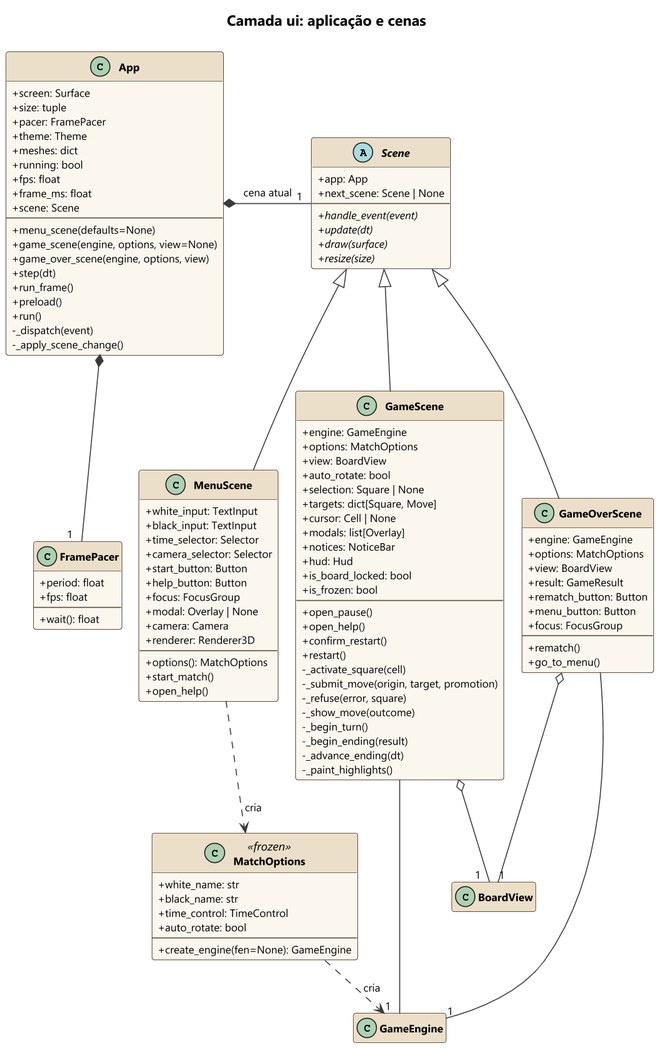
Before: docs/uml/img/classes_ui_cenas.png, a diagram exported from PlantUML (Kauhan33/chess-the-game). Its source is kept beside it as docs/uml/classes_ui_cenas.puml. Its diagram source:
```plantuml
@startuml classes_ui_cenas
!pragma layout smetana
!include _estilo.iuml
title Camada ui: aplicação e cenas
hide empty members

class App {
  +screen: Surface
  +size: tuple
  +pacer: FramePacer
  +theme: Theme
  +meshes: dict
  +running: bool
  +fps: float
  +frame_ms: float
  +scene: Scene
  --
  +menu_scene(defaults=None)
  +game_scene(engine, options, view=None)
  +game_over_scene(engine, options, view)
  +step(dt)
  +run_frame()
  +preload()
  +run()
  -_dispatch(event)
  -_apply_scene_change()
}

class FramePacer {
  +period: float
  +fps: float
  --
  +wait(): float
}

abstract class Scene {
  +app: App
  +next_scene: Scene | None
  --
  {abstract} +handle_event(event)
  {abstract} +update(dt)
  {abstract} +draw(surface)
  {abstract} +resize(size)
}

class MenuScene {
  +white_input: TextInput
  +black_input: TextInput
  +time_selector: Selector
  +camera_selector: Selector
  +start_button: Button
  +help_button: Button
  +focus: FocusGroup
  +modal: Overlay | None
  +camera: Camera
  +renderer: Renderer3D
  --
  +options(): MatchOptions
  +start_match()
  +open_help()
}

class GameScene {
  +engine: GameEngine
  +options: MatchOptions
  +view: BoardView
  +auto_rotate: bool
  +selection: Square | None
  +targets: dict[Square, Move]
  +cursor: Cell | None
  +modals: list[Overlay]
  +notices: NoticeBar
  +hud: Hud
  +is_board_locked: bool
  +is_frozen: bool
  --
  +open_pause()
  +open_help()
  +confirm_restart()
  +restart()
  -_activate_square(cell)
  -_submit_move(origin, target, promotion)
  -_refuse(error, square)
  -_show_move(outcome)
  -_begin_turn()
  -_begin_ending(result)
  -_advance_ending(dt)
  -_paint_highlights()
}

class GameOverScene {
  +engine: GameEngine
  +options: MatchOptions
  +view: BoardView
  +result: GameResult
  +rematch_button: Button
  +menu_button: Button
  +focus: FocusGroup
  --
  +rematch()
  +go_to_menu()
}

class MatchOptions <<frozen>> {
  +white_name: str
  +black_name: str
  +time_control: TimeControl
  +auto_rotate: bool
  --
  +create_engine(fen=None): GameEngine
}

class GameEngine
class BoardView

App *-right- "1$p" Scene : cena atual
App *-- "1$p" FramePacer
Scene <|-- MenuScene
Scene <|-- GameScene
Scene <|-- GameOverScene
GameScene o-- "1$p" BoardView
GameOverScene o-- "1$p" BoardView
GameScene -- "1$p" GameEngine
GameOverScene -- "1$p" GameEngine
MenuScene ..> MatchOptions : cria
MatchOptions ..> GameEngine : cria
@enduml
```
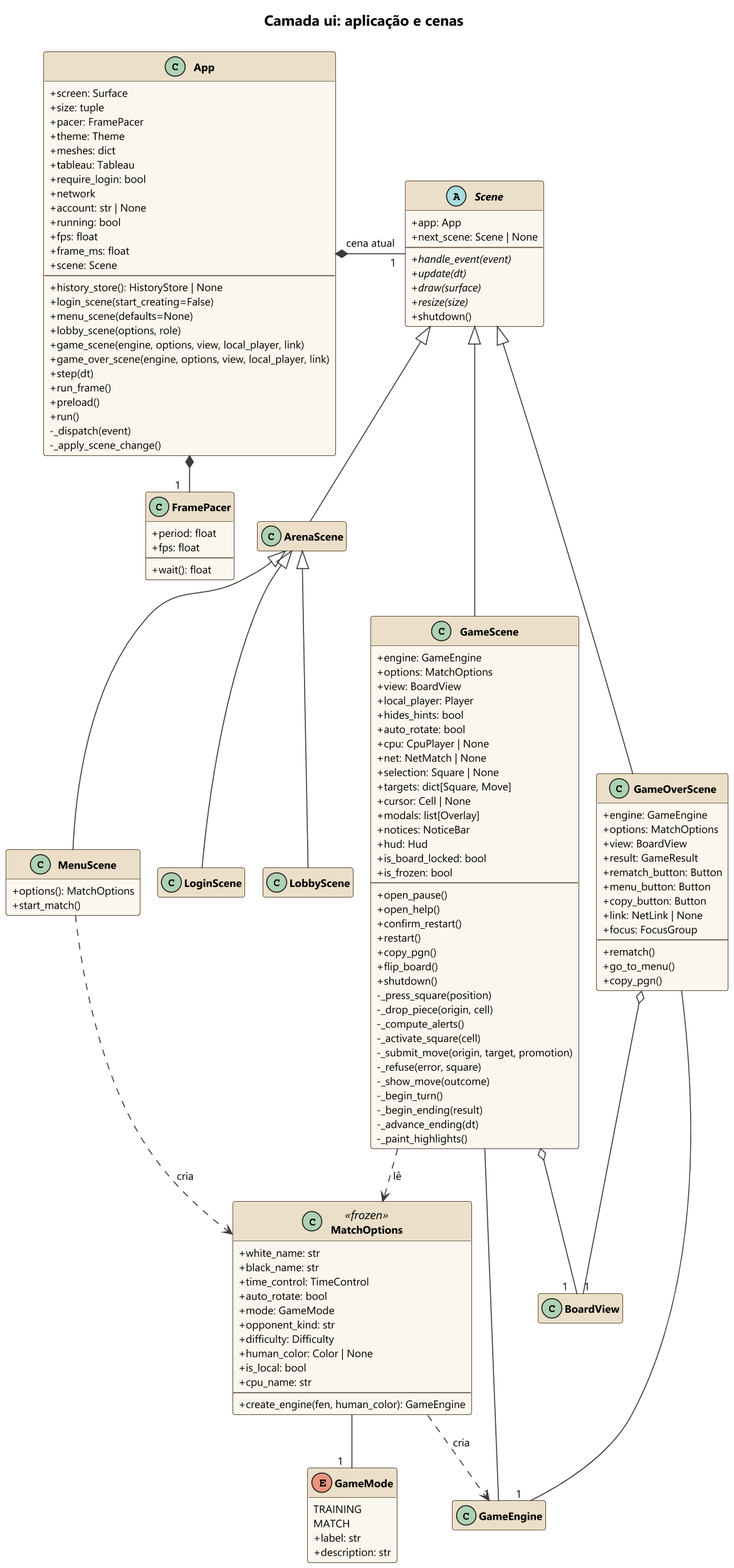
The same file after the commit.

The edit, as a diff of the source:
```diff
@@ -10,14 +10,21 @@
   +pacer: FramePacer
   +theme: Theme
   +meshes: dict
+  +tableau: Tableau
+  +require_login: bool
+  +network
+  +account: str | None
   +running: bool
   +fps: float
   +frame_ms: float
   +scene: Scene
   --
+  +history_store(): HistoryStore | None
+  +login_scene(start_creating=False)
   +menu_scene(defaults=None)
-  +game_scene(engine, options, view=None)
-  +game_over_scene(engine, options, view)
+  +lobby_scene(options, role)
+  +game_scene(engine, options, view, local_player, link)
+  +game_over_scene(engine, options, view, local_player, link)
   +step(dt)
   +run_frame()
   +preload()
@@ -41,30 +48,29 @@
   {abstract} +update(dt)
   {abstract} +draw(surface)
   {abstract} +resize(size)
+  +shutdown()
 }
 
+class ArenaScene
+
 class MenuScene {
-  +white_input: TextInput
-  +black_input: TextInput
-  +time_selector: Selector
-  +camera_selector: Selector
-  +start_button: Button
-  +help_button: Button
-  +focus: FocusGroup
-  +modal: Overlay | None
-  +camera: Camera
-  +renderer: Renderer3D
-  --
   +options(): MatchOptions
   +start_match()
-  +open_help()
 }
+
+class LoginScene
+
+class LobbyScene
 
 class GameScene {
   +engine: GameEngine
   +options: MatchOptions
   +view: BoardView
+  +local_player: Player
+  +hides_hints: bool
   +auto_rotate: bool
+  +cpu: CpuPlayer | None
+  +net: NetMatch | None
   +selection: Square | None
   +targets: dict[Square, Move]
   +cursor: Cell | None
@@ -78,6 +84,12 @@
   +open_help()
   +confirm_restart()
   +restart()
+  +copy_pgn()
+  +flip_board()
+  +shutdown()
+  -_press_square(position)
+  -_drop_piece(origin, cell)
+  -_compute_alerts()
   -_activate_square(cell)
   -_submit_move(origin, target, promotion)
   -_refuse(error, square)
@@ -95,10 +107,20 @@
   +result: GameResult
   +rematch_button: Button
   +menu_button: Button
+  +copy_button: Button
+  +link: NetLink | None
   +focus: FocusGroup
   --
   +rematch()
   +go_to_menu()
+  +copy_pgn()
+}
+
+enum GameMode {
+  TRAINING
+  MATCH
+  +label: str
+  +description: str
 }
 
 class MatchOptions <<frozen>> {
@@ -106,8 +128,14 @@
   +black_name: str
   +time_control: TimeControl
   +auto_rotate: bool
+  +mode: GameMode
+  +opponent_kind: str
+  +difficulty: Difficulty
+  +human_color: Color | None
+  +is_local: bool
+  +cpu_name: str
   --
-  +create_engine(fen=None): GameEngine
+  +create_engine(fen, human_color): GameEngine
 }
 
 class GameEngine
@@ -115,7 +143,10 @@
 
 App *-right- "1$p" Scene : cena atual
 App *-- "1$p" FramePacer
-Scene <|-- MenuScene
+Scene <|-- ArenaScene
+ArenaScene <|-- MenuScene
+ArenaScene <|-- LoginScene
+ArenaScene <|-- LobbyScene
 Scene <|-- GameScene
 Scene <|-- GameOverScene
 GameScene o-- "1$p" BoardView
@@ -124,4 +155,6 @@
 GameOverScene -- "1$p" GameEngine
 MenuScene ..> MatchOptions : cria
 MatchOptions ..> GameEngine : cria
+MatchOptions -- "1$p" GameMode
+GameScene ..> MatchOptions : lê
 @enduml
```
